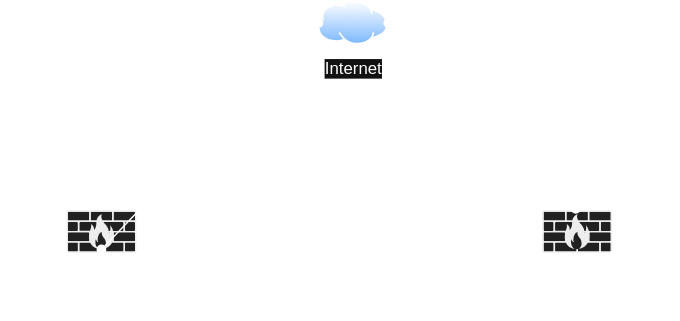
Above: assets/images/advpn_base.svg in vlan101net/vlan101net.github.io (draw.io), before the change. Source tidied: cells renumbered, new cells last; positions are measured from the earlier drawing's top-left corner, leaving out a move shared by most shapes. Source of this version:
```xml
<mxGraphModel background="#ffffff">
  <root>
    <mxCell id="0" />
    <mxCell id="1" parent="0" />
    <mxCell id="2" value="Hub&#10;LAN: 10.0.0.0/16&#10;Loopback: 198.51.100.1/32" style="shape=mxgraph.networks2.icon;fillColor=#EDEDED;strokeColor=#000000;gradientColor=#5B6163;network2IconShadow=1;network2bgFillColor=none;labelPosition=center;verticalLabelPosition=bottom;align=center;verticalAlign=top;network2Icon=mxgraph.networks2.firewall;network2IconXOffset=0.0001;network2IconYOffset=0.0001;network2IconW=1;network2IconH=0.608;" parent="1" vertex="1">
      <mxGeometry x="10" y="149.6" width="50" height="30.4" as="geometry" />
    </mxCell>
    <mxCell id="3" value="Spoke&#10;LAN: 10.1.0.0/16&#10;Loopback: 198.51.100.2/32" style="shape=mxgraph.networks2.icon;fillColor=#EDEDED;strokeColor=#000000;gradientColor=#5B6163;network2IconShadow=1;network2bgFillColor=none;labelPosition=center;verticalLabelPosition=bottom;align=center;verticalAlign=top;network2Icon=mxgraph.networks2.firewall;network2IconXOffset=0.0001;network2IconYOffset=0.0001;network2IconW=1;network2IconH=0.608;" parent="1" vertex="1">
      <mxGeometry x="350" y="149.6" width="50" height="30.4" as="geometry" />
    </mxCell>
    <mxCell id="4" value="Internet" style="image;perimeter=ellipsePerimeter;html=1;align=center;shadow=0;dashed=0;spacingTop=3;image=img/lib/active_directory/internet_cloud.svg;" parent="1" vertex="1">
      <mxGeometry x="190" width="50" height="31.5" as="geometry" />
    </mxCell>
    <mxCell id="5" style="rounded=0;jettySize=auto;html=1;exitX=0;exitY=0.5;exitDx=0;exitDy=0;entryX=0.5;entryY=0.921;entryDx=0;entryDy=0;entryPerimeter=0;elbow=vertical;shape=wire;dashed=1;startArrow=oval;startFill=1;endArrow=oval;endFill=1;" parent="1" edge="1" source="4" target="2">
      <mxGeometry relative="1" as="geometry" />
    </mxCell>
    <mxCell id="6" style="edgeStyle=none;rounded=0;jettySize=auto;html=1;exitX=1;exitY=0.5;exitDx=0;exitDy=0;entryX=0.48;entryY=-0.033;entryDx=0;entryDy=0;entryPerimeter=0;elbow=vertical;startArrow=oval;startFill=1;endArrow=oval;endFill=1;" parent="1" edge="1" source="4" target="3">
      <mxGeometry relative="1" as="geometry" />
    </mxCell>
    <mxCell id="7" value="172.16.255.1/24" style="text;html=1;whiteSpace=wrap;strokeColor=none;fillColor=none;align=center;verticalAlign=middle;rounded=0;" parent="1" vertex="1">
      <mxGeometry y="110" width="60" height="30" as="geometry" />
    </mxCell>
    <mxCell id="8" value="172.16.254.1/24" style="text;html=1;whiteSpace=wrap;strokeColor=none;fillColor=none;align=center;verticalAlign=middle;rounded=0;" parent="1" vertex="1">
      <mxGeometry x="370" y="110" width="60" height="30" as="geometry" />
    </mxCell>
  </root>
</mxGraphModel>
```
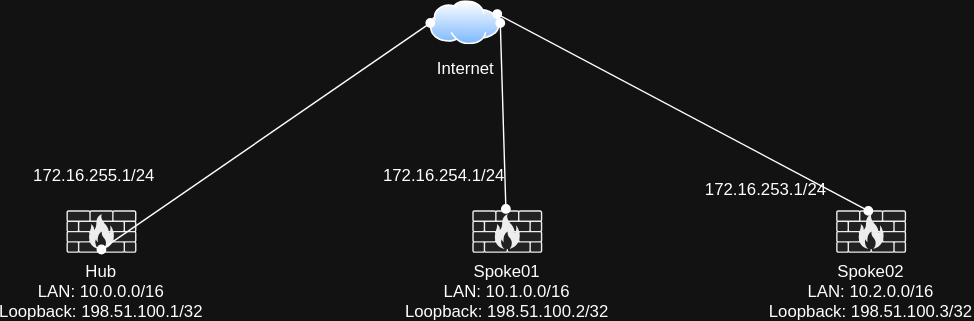
After the change.

Change to the diagram source:
```diff
@@ -3,10 +3,10 @@
     <mxCell id="0" />
     <mxCell id="1" parent="0" />
     <mxCell id="2" value="Hub&#10;LAN: 10.0.0.0/16&#10;Loopback: 198.51.100.1/32" style="shape=mxgraph.networks2.icon;fillColor=#EDEDED;strokeColor=#000000;gradientColor=#5B6163;network2IconShadow=1;network2bgFillColor=none;labelPosition=center;verticalLabelPosition=bottom;align=center;verticalAlign=top;network2Icon=mxgraph.networks2.firewall;network2IconXOffset=0.0001;network2IconYOffset=0.0001;network2IconW=1;network2IconH=0.608;" parent="1" vertex="1">
-      <mxGeometry x="10" y="149.6" width="50" height="30.4" as="geometry" />
+      <mxGeometry x="-70" y="149.6" width="50" height="30.4" as="geometry" />
     </mxCell>
-    <mxCell id="3" value="Spoke&#10;LAN: 10.1.0.0/16&#10;Loopback: 198.51.100.2/32" style="shape=mxgraph.networks2.icon;fillColor=#EDEDED;strokeColor=#000000;gradientColor=#5B6163;network2IconShadow=1;network2bgFillColor=none;labelPosition=center;verticalLabelPosition=bottom;align=center;verticalAlign=top;network2Icon=mxgraph.networks2.firewall;network2IconXOffset=0.0001;network2IconYOffset=0.0001;network2IconW=1;network2IconH=0.608;" parent="1" vertex="1">
-      <mxGeometry x="350" y="149.6" width="50" height="30.4" as="geometry" />
+    <mxCell id="3" value="Spoke01&#10;LAN: 10.1.0.0/16&#10;Loopback: 198.51.100.2/32" style="shape=mxgraph.networks2.icon;fillColor=#EDEDED;strokeColor=#000000;gradientColor=#5B6163;network2IconShadow=1;network2bgFillColor=none;labelPosition=center;verticalLabelPosition=bottom;align=center;verticalAlign=top;network2Icon=mxgraph.networks2.firewall;network2IconXOffset=0.0001;network2IconYOffset=0.0001;network2IconW=1;network2IconH=0.608;" parent="1" vertex="1">
+      <mxGeometry x="220" y="149.6" width="50" height="30.4" as="geometry" />
     </mxCell>
     <mxCell id="4" value="Internet" style="image;perimeter=ellipsePerimeter;html=1;align=center;shadow=0;dashed=0;spacingTop=3;image=img/lib/active_directory/internet_cloud.svg;" parent="1" vertex="1">
       <mxGeometry x="190" width="50" height="31.5" as="geometry" />
@@ -18,10 +18,19 @@
       <mxGeometry relative="1" as="geometry" />
     </mxCell>
     <mxCell id="7" value="172.16.255.1/24" style="text;html=1;whiteSpace=wrap;strokeColor=none;fillColor=none;align=center;verticalAlign=middle;rounded=0;" parent="1" vertex="1">
-      <mxGeometry y="110" width="60" height="30" as="geometry" />
+      <mxGeometry x="-80" y="110" width="60" height="30" as="geometry" />
     </mxCell>
     <mxCell id="8" value="172.16.254.1/24" style="text;html=1;whiteSpace=wrap;strokeColor=none;fillColor=none;align=center;verticalAlign=middle;rounded=0;" parent="1" vertex="1">
-      <mxGeometry x="370" y="110" width="60" height="30" as="geometry" />
+      <mxGeometry x="170" y="110" width="60" height="30" as="geometry" />
     </mxCell>
+    <mxCell id="9" value="Spoke02&#10;LAN: 10.2.0.0/16&#10;Loopback: 198.51.100.3/32" style="shape=mxgraph.networks2.icon;fillColor=#EDEDED;strokeColor=#000000;gradientColor=#5B6163;network2IconShadow=1;network2bgFillColor=none;labelPosition=center;verticalLabelPosition=bottom;align=center;verticalAlign=top;network2Icon=mxgraph.networks2.firewall;network2IconXOffset=0.0001;network2IconYOffset=0.0001;network2IconW=1;network2IconH=0.608;" parent="1" vertex="1">
+      <mxGeometry x="480" y="149.6" width="50" height="30.4" as="geometry" />
+    </mxCell>
+    <mxCell id="10" value="172.16.253.1/24" style="text;html=1;whiteSpace=wrap;strokeColor=none;fillColor=none;align=center;verticalAlign=middle;rounded=0;" parent="1" vertex="1">
+      <mxGeometry x="400" y="119.6" width="60" height="30" as="geometry" />
+    </mxCell>
+    <mxCell id="11" style="edgeStyle=none;rounded=0;jettySize=auto;html=1;exitX=1;exitY=0.25;exitDx=0;exitDy=0;entryX=0.46;entryY=0.013;entryDx=0;entryDy=0;entryPerimeter=0;elbow=vertical;startArrow=oval;startFill=1;endArrow=oval;endFill=1;" parent="1" edge="1" source="4" target="9">
+      <mxGeometry relative="1" as="geometry" />
+    </mxCell>
   </root>
 </mxGraphModel>
```
